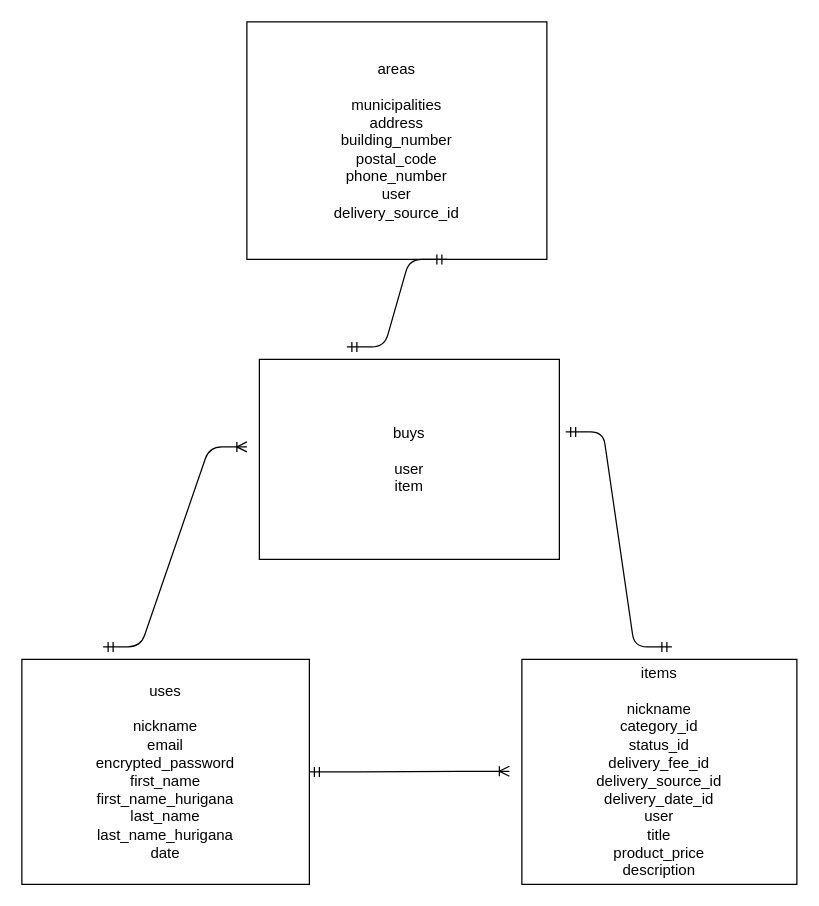
Earlier version of the draw.io diagram furima.dio (tech-zack/furima-34547). Source tidied: cells renumbered, new cells numbered last; positions are measured from the earlier drawing's top-left corner, leaving out a move shared by most shapes. Both pictures are drawn from the tidied source at 125%, with x=0, y=0 at pixel (21, 21).
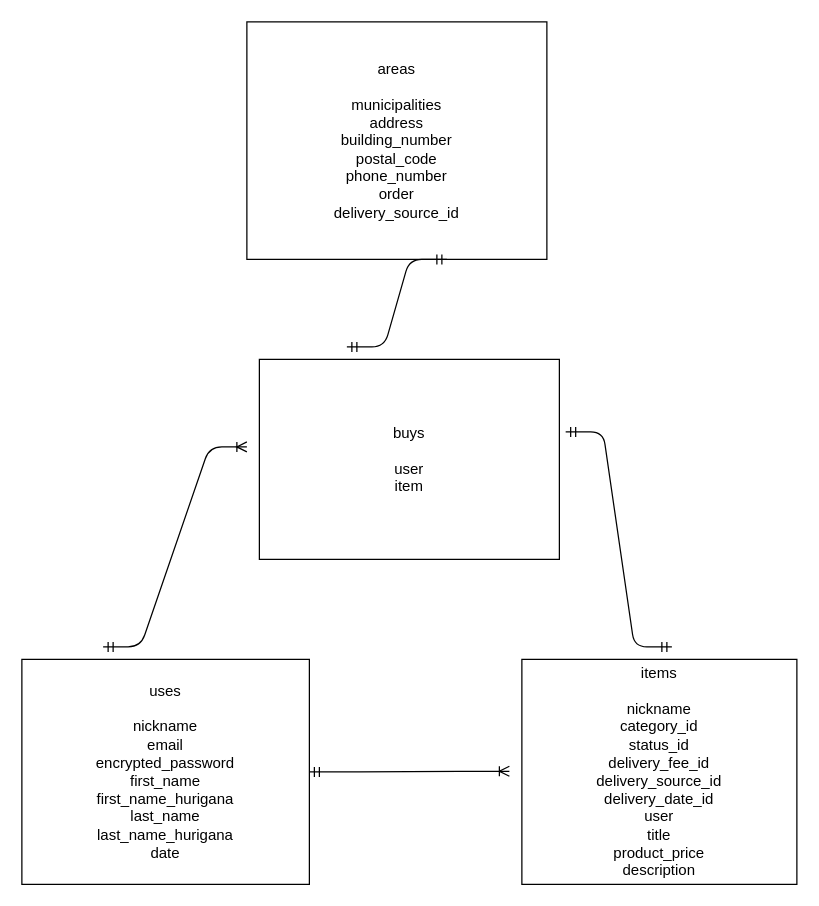
The same diagram, later.

Commit message (it also covers changes not shown here):
データベース訂正５

Change to the diagram source:
```diff
@@
 <mxGraphModel>
   <root>
     <mxCell id="0" />
     <mxCell id="1" parent="0" />
     <mxCell id="2" value="uses&lt;br&gt;&lt;br&gt;nickname&lt;br&gt;email&lt;br&gt;encrypted_password&lt;br&gt;first_name&lt;br&gt;first_name_hurigana&lt;br&gt;last_name&lt;br&gt;last_name_hurigana&lt;br&gt;date" style="whiteSpace=wrap;html=1;align=center;" parent="1" vertex="1">
       <mxGeometry y="510" width="230" height="180" as="geometry" />
     </mxCell>
     <mxCell id="3" value="items&lt;br&gt;&lt;br&gt;nickname&lt;br&gt;category_id&lt;br&gt;status_id&lt;br&gt;delivery_fee_id&lt;br&gt;delivery_source_id&lt;br&gt;delivery_date_id&lt;br&gt;user&lt;br&gt;title&lt;br&gt;product_price&lt;br&gt;description" style="whiteSpace=wrap;html=1;align=center;" parent="1" vertex="1">
       <mxGeometry x="400" y="510" width="220" height="180" as="geometry" />
     </mxCell>
     <mxCell id="4" value="buys&lt;br&gt;&lt;br&gt;user&lt;br&gt;item" style="whiteSpace=wrap;html=1;align=center;" parent="1" vertex="1">
       <mxGeometry x="190" y="270" width="240" height="160" as="geometry" />
     </mxCell>
-    <mxCell id="5" value="areas&lt;br&gt;&lt;br&gt;municipalities&lt;br&gt;address&lt;br&gt;building_number&lt;br&gt;postal_code&lt;br&gt;phone_number&lt;br&gt;user&lt;br&gt;delivery_source_id" style="whiteSpace=wrap;html=1;align=center;" parent="1" vertex="1">
+    <mxCell id="5" value="areas&lt;br&gt;&lt;br&gt;municipalities&lt;br&gt;address&lt;br&gt;building_number&lt;br&gt;postal_code&lt;br&gt;phone_number&lt;br&gt;order&lt;br&gt;delivery_source_id" style="whiteSpace=wrap;html=1;align=center;" parent="1" vertex="1">
       <mxGeometry x="180" width="240" height="190" as="geometry" />
     </mxCell>
     <mxCell id="6" style="edgeStyle=entityRelationEdgeStyle;fontSize=12;html=1;endArrow=ERoneToMany;startArrow=ERmandOne;" parent="1" edge="1">
       <mxGeometry relative="1" as="geometry">
         <mxPoint x="230" y="600" as="sourcePoint" />
         <mxPoint x="390" y="599.5" as="targetPoint" />
       </mxGeometry>
     </mxCell>
     <mxCell id="7" style="edgeStyle=entityRelationEdgeStyle;fontSize=12;html=1;endArrow=ERoneToMany;startArrow=ERmandOne;" parent="1" edge="1">
       <mxGeometry relative="1" as="geometry">
         <mxPoint x="65" y="500" as="sourcePoint" />
         <mxPoint x="180" y="340" as="targetPoint" />
       </mxGeometry>
     </mxCell>
     <mxCell id="8" style="edgeStyle=entityRelationEdgeStyle;fontSize=12;html=1;endArrow=ERmandOne;startArrow=ERmandOne;exitX=1.021;exitY=0.363;exitDx=0;exitDy=0;exitPerimeter=0;" parent="1" edge="1" source="4">
       <mxGeometry relative="1" as="geometry">
         <mxPoint x="520" y="500" as="targetPoint" />
       </mxGeometry>
     </mxCell>
     <mxCell id="9" style="edgeStyle=entityRelationEdgeStyle;fontSize=12;html=1;endArrow=ERmandOne;startArrow=ERmandOne;" parent="1" edge="1">
       <mxGeometry relative="1" as="geometry">
         <mxPoint x="260" y="260" as="sourcePoint" />
         <mxPoint x="340" y="190" as="targetPoint" />
       </mxGeometry>
     </mxCell>
   </root>
 </mxGraphModel>
```
